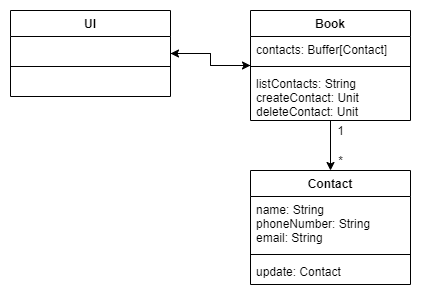
The draw.io diagram class structure.png in savakko/address-book, before a commit. Source tidied: cells renumbered, new cells last; positions are measured from the earlier drawing's top-left corner, leaving out a move shared by most shapes. Its diagram source:
```xml
<mxGraphModel>
  <root>
    <mxCell id="0" />
    <mxCell id="1" parent="0" />
    <mxCell id="2" value="Contact" style="swimlane;fontStyle=1;align=center;verticalAlign=top;horizontal=1;startSize=26;" parent="1" vertex="1">
      <mxGeometry x="240" y="160" width="160" height="114" as="geometry" />
    </mxCell>
    <mxCell id="3" value="name: String&#10;phoneNumber: String&#10;email: String" style="text;strokeColor=none;fillColor=none;align=left;verticalAlign=top;spacingLeft=4;spacingRight=4;overflow=hidden;" parent="2" vertex="1">
      <mxGeometry y="26" width="160" height="54" as="geometry" />
    </mxCell>
    <mxCell id="4" style="line;strokeWidth=1;fillColor=none;align=left;verticalAlign=middle;spacingTop=-1;spacingLeft=3;spacingRight=3;labelPosition=right;" parent="2" vertex="1">
      <mxGeometry y="80" width="160" height="8" as="geometry" />
    </mxCell>
    <mxCell id="5" value="update: Contact" style="text;strokeColor=none;fillColor=none;align=left;verticalAlign=top;spacingLeft=4;spacingRight=4;overflow=hidden;" parent="2" vertex="1">
      <mxGeometry y="88" width="160" height="26" as="geometry" />
    </mxCell>
    <mxCell id="6" style="edgeStyle=orthogonalEdgeStyle;rounded=0;jettySize=auto;html=1;" parent="1" edge="1" source="7" target="13">
      <mxGeometry relative="1" as="geometry" />
    </mxCell>
    <mxCell id="7" value="UI" style="swimlane;fontStyle=1;align=center;verticalAlign=top;horizontal=1;startSize=26;" parent="1" vertex="1">
      <mxGeometry width="160" height="86" as="geometry" />
    </mxCell>
    <mxCell id="8" value=" " style="text;strokeColor=none;fillColor=none;align=left;verticalAlign=top;spacingLeft=4;spacingRight=4;overflow=hidden;" parent="7" vertex="1">
      <mxGeometry y="26" width="160" height="26" as="geometry" />
    </mxCell>
    <mxCell id="9" style="line;strokeWidth=1;fillColor=none;align=left;verticalAlign=middle;spacingTop=-1;spacingLeft=3;spacingRight=3;labelPosition=right;" parent="7" vertex="1">
      <mxGeometry y="52" width="160" height="8" as="geometry" />
    </mxCell>
    <mxCell id="10" value=" " style="text;strokeColor=none;fillColor=none;align=left;verticalAlign=top;spacingLeft=4;spacingRight=4;overflow=hidden;" parent="7" vertex="1">
      <mxGeometry y="60" width="160" height="26" as="geometry" />
    </mxCell>
    <mxCell id="11" style="edgeStyle=orthogonalEdgeStyle;rounded=0;jettySize=auto;html=1;entryX=0.5;entryY=0;entryDx=0;entryDy=0;" parent="1" edge="1" source="13" target="2">
      <mxGeometry relative="1" as="geometry" />
    </mxCell>
    <mxCell id="12" style="edgeStyle=orthogonalEdgeStyle;rounded=0;jettySize=auto;html=1;" parent="1" edge="1" source="13" target="7">
      <mxGeometry relative="1" as="geometry" />
    </mxCell>
    <mxCell id="13" value="Book" style="swimlane;fontStyle=1;align=center;verticalAlign=top;horizontal=1;startSize=26;" parent="1" vertex="1">
      <mxGeometry x="240" width="160" height="110" as="geometry" />
    </mxCell>
    <mxCell id="14" value="contacts: Buffer[Contact]" style="text;strokeColor=none;fillColor=none;align=left;verticalAlign=top;spacingLeft=4;spacingRight=4;overflow=hidden;" parent="13" vertex="1">
      <mxGeometry y="26" width="160" height="26" as="geometry" />
    </mxCell>
    <mxCell id="15" style="line;strokeWidth=1;fillColor=none;align=left;verticalAlign=middle;spacingTop=-1;spacingLeft=3;spacingRight=3;labelPosition=right;" parent="13" vertex="1">
      <mxGeometry y="52" width="160" height="8" as="geometry" />
    </mxCell>
    <mxCell id="16" value="listContacts: String&#10;createContact: Unit&#10;deleteContact: Unit" style="text;strokeColor=none;fillColor=none;align=left;verticalAlign=top;spacingLeft=4;spacingRight=4;overflow=hidden;" parent="13" vertex="1">
      <mxGeometry y="60" width="160" height="50" as="geometry" />
    </mxCell>
    <mxCell id="17" value="*" style="text;html=1;align=center;verticalAlign=middle;" parent="1" vertex="1">
      <mxGeometry x="320" y="140" width="20" height="20" as="geometry" />
    </mxCell>
    <mxCell id="18" value="1" style="text;html=1;align=center;verticalAlign=middle;" parent="1" vertex="1">
      <mxGeometry x="320" y="110" width="20" height="20" as="geometry" />
    </mxCell>
  </root>
</mxGraphModel>
```
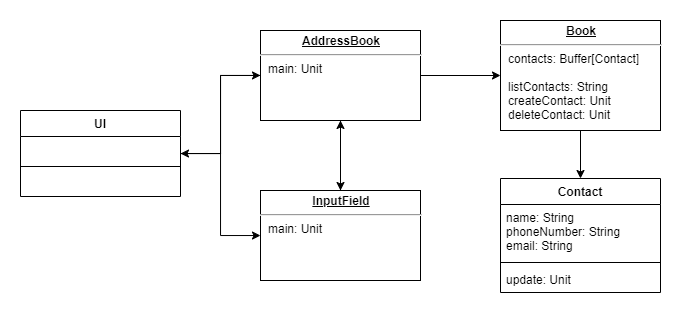
The same diagram one commit later.

Commit message:
Updates 'class structure' -diagram

The edit, as a diff of the source:
```diff
@@ -3,7 +3,7 @@
     <mxCell id="0" />
     <mxCell id="1" parent="0" />
     <mxCell id="2" value="Contact" style="swimlane;fontStyle=1;align=center;verticalAlign=top;horizontal=1;startSize=26;" parent="1" vertex="1">
-      <mxGeometry x="240" y="160" width="160" height="114" as="geometry" />
+      <mxGeometry x="480" y="158" width="160" height="114" as="geometry" />
     </mxCell>
     <mxCell id="3" value="name: String&#10;phoneNumber: String&#10;email: String" style="text;strokeColor=none;fillColor=none;align=left;verticalAlign=top;spacingLeft=4;spacingRight=4;overflow=hidden;" parent="2" vertex="1">
       <mxGeometry y="26" width="160" height="54" as="geometry" />
@@ -11,14 +11,17 @@
     <mxCell id="4" style="line;strokeWidth=1;fillColor=none;align=left;verticalAlign=middle;spacingTop=-1;spacingLeft=3;spacingRight=3;labelPosition=right;" parent="2" vertex="1">
       <mxGeometry y="80" width="160" height="8" as="geometry" />
     </mxCell>
-    <mxCell id="5" value="update: Contact" style="text;strokeColor=none;fillColor=none;align=left;verticalAlign=top;spacingLeft=4;spacingRight=4;overflow=hidden;" parent="2" vertex="1">
+    <mxCell id="5" value="update: Unit" style="text;strokeColor=none;fillColor=none;align=left;verticalAlign=top;spacingLeft=4;spacingRight=4;overflow=hidden;" parent="2" vertex="1">
       <mxGeometry y="88" width="160" height="26" as="geometry" />
     </mxCell>
-    <mxCell id="6" style="edgeStyle=orthogonalEdgeStyle;rounded=0;jettySize=auto;html=1;" parent="1" edge="1" source="7" target="13">
-      <mxGeometry relative="1" as="geometry" />
-    </mxCell>
+    <mxCell id="19" style="edgeStyle=orthogonalEdgeStyle;rounded=0;jettySize=auto;html=1;" parent="1" edge="1" source="7" target="24">
+      <mxGeometry relative="1" as="geometry" />
+    </mxCell>
+    <mxCell id="20" style="edgeStyle=orthogonalEdgeStyle;rounded=0;jettySize=auto;html=1;" parent="1" edge="1" source="7" target="28">
+      <mxGeometry relative="1" as="geometry" />
+    </mxCell>
     <mxCell id="7" value="UI" style="swimlane;fontStyle=1;align=center;verticalAlign=top;horizontal=1;startSize=26;" parent="1" vertex="1">
-      <mxGeometry width="160" height="86" as="geometry" />
+      <mxGeometry y="90" width="160" height="86" as="geometry" />
     </mxCell>
     <mxCell id="8" value=" " style="text;strokeColor=none;fillColor=none;align=left;verticalAlign=top;spacingLeft=4;spacingRight=4;overflow=hidden;" parent="7" vertex="1">
       <mxGeometry y="26" width="160" height="26" as="geometry" />
@@ -29,29 +32,29 @@
     <mxCell id="10" value=" " style="text;strokeColor=none;fillColor=none;align=left;verticalAlign=top;spacingLeft=4;spacingRight=4;overflow=hidden;" parent="7" vertex="1">
       <mxGeometry y="60" width="160" height="26" as="geometry" />
     </mxCell>
-    <mxCell id="11" style="edgeStyle=orthogonalEdgeStyle;rounded=0;jettySize=auto;html=1;entryX=0.5;entryY=0;entryDx=0;entryDy=0;" parent="1" edge="1" source="13" target="2">
-      <mxGeometry relative="1" as="geometry" />
-    </mxCell>
-    <mxCell id="12" style="edgeStyle=orthogonalEdgeStyle;rounded=0;jettySize=auto;html=1;" parent="1" edge="1" source="13" target="7">
-      <mxGeometry relative="1" as="geometry" />
-    </mxCell>
-    <mxCell id="13" value="Book" style="swimlane;fontStyle=1;align=center;verticalAlign=top;horizontal=1;startSize=26;" parent="1" vertex="1">
-      <mxGeometry x="240" width="160" height="110" as="geometry" />
-    </mxCell>
-    <mxCell id="14" value="contacts: Buffer[Contact]" style="text;strokeColor=none;fillColor=none;align=left;verticalAlign=top;spacingLeft=4;spacingRight=4;overflow=hidden;" parent="13" vertex="1">
-      <mxGeometry y="26" width="160" height="26" as="geometry" />
-    </mxCell>
-    <mxCell id="15" style="line;strokeWidth=1;fillColor=none;align=left;verticalAlign=middle;spacingTop=-1;spacingLeft=3;spacingRight=3;labelPosition=right;" parent="13" vertex="1">
-      <mxGeometry y="52" width="160" height="8" as="geometry" />
-    </mxCell>
-    <mxCell id="16" value="listContacts: String&#10;createContact: Unit&#10;deleteContact: Unit" style="text;strokeColor=none;fillColor=none;align=left;verticalAlign=top;spacingLeft=4;spacingRight=4;overflow=hidden;" parent="13" vertex="1">
-      <mxGeometry y="60" width="160" height="50" as="geometry" />
-    </mxCell>
-    <mxCell id="17" value="*" style="text;html=1;align=center;verticalAlign=middle;" parent="1" vertex="1">
-      <mxGeometry x="320" y="140" width="20" height="20" as="geometry" />
-    </mxCell>
-    <mxCell id="18" value="1" style="text;html=1;align=center;verticalAlign=middle;" parent="1" vertex="1">
-      <mxGeometry x="320" y="110" width="20" height="20" as="geometry" />
-    </mxCell>
+    <mxCell id="21" style="edgeStyle=orthogonalEdgeStyle;rounded=0;jettySize=auto;html=1;" parent="1" edge="1" source="24" target="7">
+      <mxGeometry relative="1" as="geometry" />
+    </mxCell>
+    <mxCell id="22" style="edgeStyle=orthogonalEdgeStyle;rounded=0;jettySize=auto;html=1;" parent="1" edge="1" source="24" target="26">
+      <mxGeometry relative="1" as="geometry" />
+    </mxCell>
+    <mxCell id="23" style="edgeStyle=orthogonalEdgeStyle;rounded=0;jettySize=auto;html=1;" parent="1" edge="1" source="24" target="28">
+      <mxGeometry relative="1" as="geometry" />
+    </mxCell>
+    <mxCell id="24" value="&lt;p style=&quot;margin: 0px ; margin-top: 4px ; text-align: center ; text-decoration: underline&quot;&gt;&lt;b&gt;AddressBook&lt;/b&gt;&lt;/p&gt;&lt;hr&gt;&lt;p style=&quot;margin: 0px ; margin-left: 8px&quot;&gt;main: Unit&lt;/p&gt;" style="verticalAlign=top;align=left;overflow=fill;fontSize=12;fontFamily=Helvetica;html=1;" parent="1" vertex="1">
+      <mxGeometry x="240" y="10" width="160" height="90" as="geometry" />
+    </mxCell>
+    <mxCell id="25" style="edgeStyle=orthogonalEdgeStyle;rounded=0;jettySize=auto;html=1;" parent="1" edge="1" source="26" target="2">
+      <mxGeometry relative="1" as="geometry" />
+    </mxCell>
+    <mxCell id="26" value="&lt;p style=&quot;margin: 0px ; margin-top: 4px ; text-align: center ; text-decoration: underline&quot;&gt;&lt;b&gt;Book&lt;/b&gt;&lt;/p&gt;&lt;hr&gt;&lt;p style=&quot;margin: 0px ; margin-left: 8px&quot;&gt;contacts: Buffer[Contact]&lt;/p&gt;&lt;p style=&quot;margin: 0px ; margin-left: 8px&quot;&gt;&lt;br&gt;&lt;/p&gt;&lt;p style=&quot;margin: 0px ; margin-left: 8px&quot;&gt;listContacts: String&lt;/p&gt;&lt;p style=&quot;margin: 0px ; margin-left: 8px&quot;&gt;createContact: Unit&lt;/p&gt;&lt;p style=&quot;margin: 0px ; margin-left: 8px&quot;&gt;deleteContact: Unit&lt;/p&gt;" style="verticalAlign=top;align=left;overflow=fill;fontSize=12;fontFamily=Helvetica;html=1;" parent="1" vertex="1">
+      <mxGeometry x="480" width="160" height="110" as="geometry" />
+    </mxCell>
+    <mxCell id="27" style="edgeStyle=orthogonalEdgeStyle;rounded=0;jettySize=auto;html=1;" parent="1" edge="1" source="28" target="24">
+      <mxGeometry relative="1" as="geometry" />
+    </mxCell>
+    <mxCell id="28" value="&lt;p style=&quot;margin: 0px ; margin-top: 4px ; text-align: center ; text-decoration: underline&quot;&gt;&lt;b&gt;InputField&lt;/b&gt;&lt;/p&gt;&lt;hr&gt;&lt;p style=&quot;margin: 0px ; margin-left: 8px&quot;&gt;main: Unit&lt;/p&gt;" style="verticalAlign=top;align=left;overflow=fill;fontSize=12;fontFamily=Helvetica;html=1;" parent="1" vertex="1">
+      <mxGeometry x="240" y="170" width="160" height="90" as="geometry" />
+    </mxCell>
   </root>
 </mxGraphModel>
```
